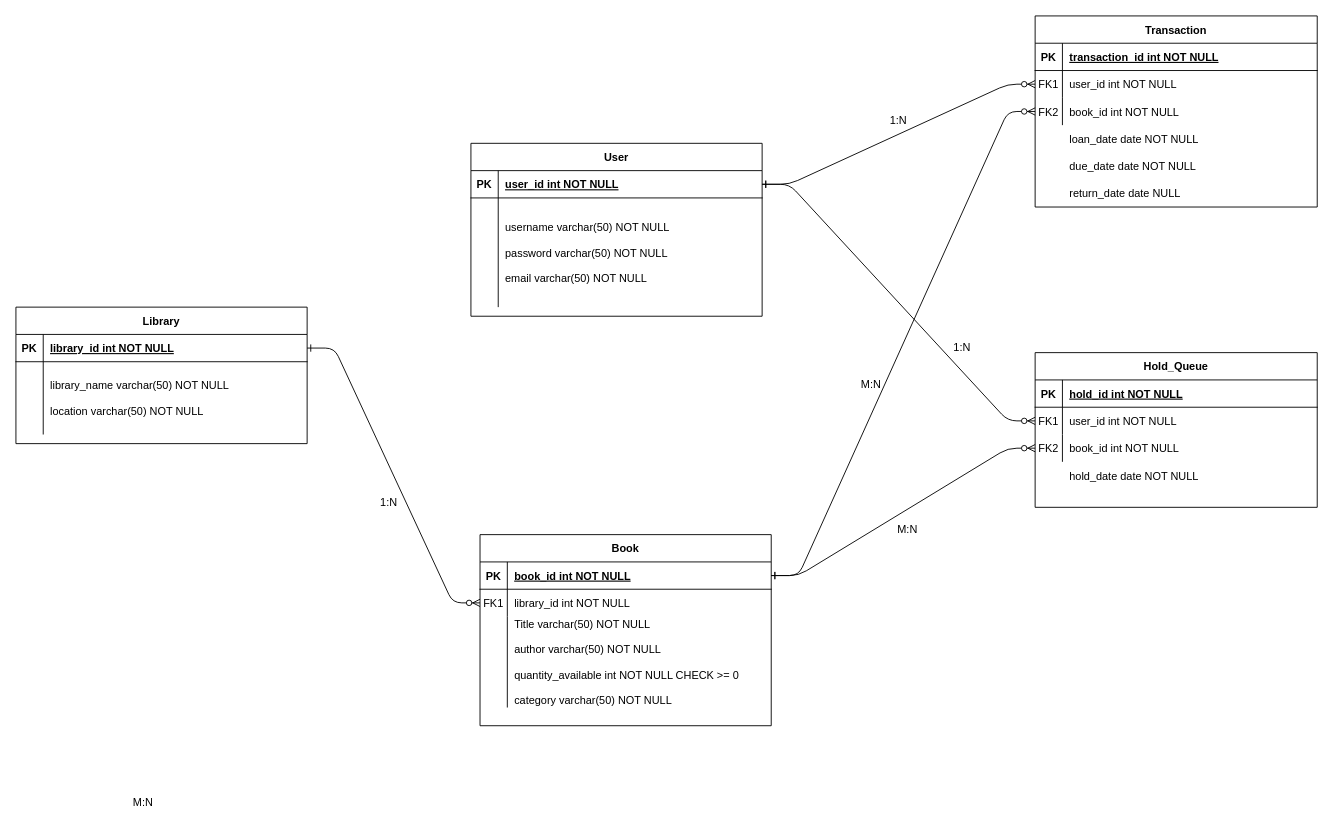
Before: Diagram Tanpa Judul.drawio in Cakurniawan/pacmann-sql, a draw.io diagram. Source tidied: cells renumbered, new cells numbered last; positions are measured from the earlier drawing's top-left corner, leaving out a move shared by most shapes. Both pictures are drawn from the tidied source at 91%, with x=0, y=0 at pixel (15, 15).
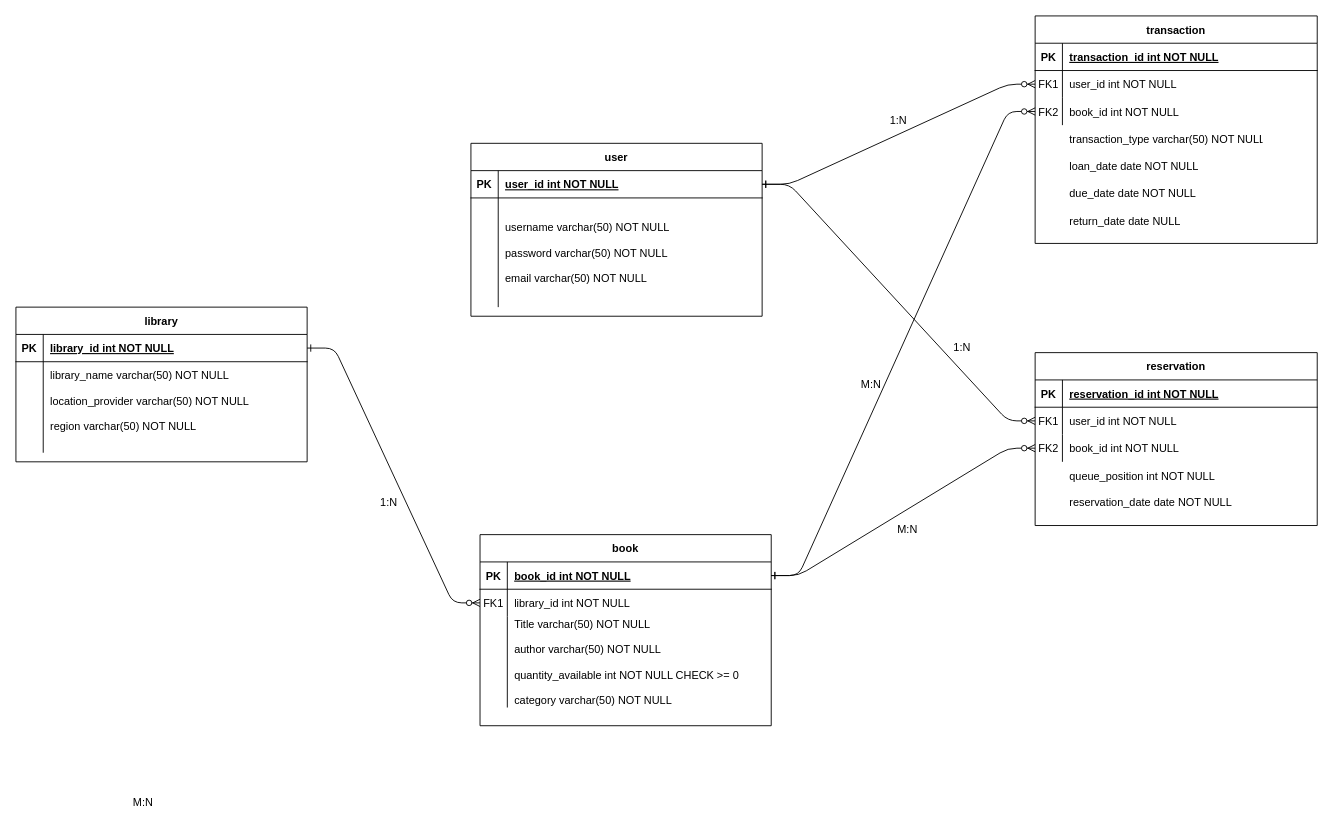
The same page after the edit.

Unchanged cells that the change refers to:
```xml
<mxCell id="30" style="shape=partialRectangle;fillColor=none;top=0;left=0;right=0;bottom=1;" parent="29" vertex="1">
  <mxGeometry y="30" width="310" height="30" as="geometry" />
</mxCell>
```

Diff of the diagram source:
```diff
@@
-    <mxCell id="2" value="Library" style="shape=table;startSize=30;childLayout=tableLayout;rowLines=0;fontStyle=1;align=center;" parent="1" vertex="1">
-      <mxGeometry y="320" width="320" height="150" as="geometry" />
+    <mxCell id="2" value="library" style="shape=table;startSize=30;childLayout=tableLayout;rowLines=0;fontStyle=1;align=center;" parent="1" vertex="1">
+      <mxGeometry y="320" width="320" height="170" as="geometry" />
     </mxCell>
@@
     <mxCell id="6" style="shape=partialRectangle;fillColor=none;top=0;left=0;right=0;bottom=0;" parent="2" vertex="1">
-      <mxGeometry y="60" width="320" height="80" as="geometry" />
+      <mxGeometry y="60" width="320" height="100" as="geometry" />
     </mxCell>
     <mxCell id="7" style="shape=partialRectangle;overflow=hidden;fillColor=none;top=0;left=0;bottom=0;right=0;" parent="6" vertex="1">
-      <mxGeometry width="30" height="80" as="geometry" />
+      <mxGeometry width="30" height="100" as="geometry" />
     </mxCell>
-    <mxCell id="8" value="library_name varchar(50) NOT NULL&#10;&#10;location varchar(50) NOT NULL" style="shape=partialRectangle;overflow=hidden;fillColor=none;top=0;left=0;bottom=0;right=0;align=left;spacingLeft=6;" parent="6" vertex="1">
-      <mxGeometry x="30" width="290" height="80" as="geometry" />
+    <mxCell id="8" value="library_name varchar(50) NOT NULL&#10;&#10;location_provider varchar(50) NOT NULL&#10;&#10;region varchar(50) NOT NULL&#10;" style="shape=partialRectangle;overflow=hidden;fillColor=none;top=0;left=0;bottom=0;right=0;align=left;spacingLeft=6;" parent="6" vertex="1">
+      <mxGeometry x="30" width="290" height="100" as="geometry" />
     </mxCell>
-    <mxCell id="9" value="User" style="shape=table;startSize=30;childLayout=tableLayout;rowLines=0;fontStyle=1;align=center;" parent="1" vertex="1">
+    <mxCell id="9" value="user" style="shape=table;startSize=30;childLayout=tableLayout;rowLines=0;fontStyle=1;align=center;" parent="1" vertex="1">
       <mxGeometry x="500" y="140" width="320" height="190" as="geometry" />
     </mxCell>
@@
-    <mxCell id="16" value="Transaction" style="shape=table;startSize=30;childLayout=tableLayout;rowLines=0;fontStyle=1;align=center;" parent="1" vertex="1">
-      <mxGeometry x="1120" width="310" height="210" as="geometry" />
+    <mxCell id="16" value="transaction" style="shape=table;startSize=30;childLayout=tableLayout;rowLines=0;fontStyle=1;align=center;" parent="1" vertex="1">
+      <mxGeometry x="1120" width="310" height="250" as="geometry" />
     </mxCell>
@@
     <mxCell id="26" value="loan_date date NOT NULL" style="shape=partialRectangle;overflow=hidden;fillColor=none;top=0;left=0;bottom=0;right=0;align=left;spacingLeft=6;" parent="1" vertex="1">
-      <mxGeometry x="1150" y="120" width="220" height="30" as="geometry" />
+      <mxGeometry x="1150" y="150" width="220" height="30" as="geometry" />
     </mxCell>
     <mxCell id="27" value="due_date date NOT NULL" style="shape=partialRectangle;overflow=hidden;fillColor=none;top=0;left=0;bottom=0;right=0;align=left;spacingLeft=6;" parent="1" vertex="1">
-      <mxGeometry x="1150" y="150" width="220" height="30" as="geometry" />
+      <mxGeometry x="1150" y="180" width="220" height="30" as="geometry" />
     </mxCell>
     <mxCell id="28" value="return_date date NULL" style="shape=partialRectangle;overflow=hidden;fillColor=none;top=0;left=0;bottom=0;right=0;align=left;spacingLeft=6;" parent="1" vertex="1">
-      <mxGeometry x="1150" y="180" width="220" height="30" as="geometry" />
+      <mxGeometry x="1150" y="210" width="220" height="30" as="geometry" />
     </mxCell>
-    <mxCell id="29" value="Hold_Queue" style="shape=table;startSize=30;childLayout=tableLayout;rowLines=0;fontStyle=1;align=center;" parent="1" vertex="1">
-      <mxGeometry x="1120" y="370" width="310" height="170" as="geometry" />
+    <mxCell id="29" value="reservation" style="shape=table;startSize=30;childLayout=tableLayout;rowLines=0;fontStyle=1;align=center;" parent="1" vertex="1">
+      <mxGeometry x="1120" y="370" width="310" height="190" as="geometry" />
     </mxCell>
@@
-    <mxCell id="32" value="hold_id int NOT NULL " style="shape=partialRectangle;overflow=hidden;fillColor=none;top=0;left=0;bottom=0;right=0;align=left;spacingLeft=6;fontStyle=5;" parent="30" vertex="1">
+    <mxCell id="32" value="reservation_id int NOT NULL " style="shape=partialRectangle;overflow=hidden;fillColor=none;top=0;left=0;bottom=0;right=0;align=left;spacingLeft=6;fontStyle=5;" parent="30" vertex="1">
       <mxGeometry x="30" width="280" height="30" as="geometry" />
     </mxCell>
@@
     <mxCell id="39" style="shape=partialRectangle;fillColor=none;top=0;left=0;right=0;bottom=0;" parent="1" vertex="1">
-      <mxGeometry x="1120" y="490" width="310" height="30" as="geometry" />
+      <mxGeometry x="1120" y="490" width="310" height="60" as="geometry" />
     </mxCell>
     <mxCell id="40" style="shape=partialRectangle;overflow=hidden;fillColor=none;top=0;left=0;bottom=0;right=0;" parent="39" vertex="1">
-      <mxGeometry width="30" height="30" as="geometry" />
+      <mxGeometry width="30" height="60" as="geometry" />
     </mxCell>
-    <mxCell id="41" value="hold_date date NOT NULL" style="shape=partialRectangle;overflow=hidden;fillColor=none;top=0;left=0;bottom=0;right=0;align=left;spacingLeft=6;" parent="39" vertex="1">
-      <mxGeometry x="30" width="280" height="30" as="geometry" />
+    <mxCell id="41" value="queue_position int NOT NULL&#10;&#10;reservation_date date NOT NULL" style="shape=partialRectangle;overflow=hidden;fillColor=none;top=0;left=0;bottom=0;right=0;align=left;spacingLeft=6;" parent="39" vertex="1">
+      <mxGeometry x="30" width="280" height="60" as="geometry" />
     </mxCell>
@@
-    <mxCell id="46" value="Book" style="shape=table;startSize=30;childLayout=tableLayout;rowLines=0;fontStyle=1;align=center;" parent="1" vertex="1">
+    <mxCell id="46" value="book" style="shape=table;startSize=30;childLayout=tableLayout;rowLines=0;fontStyle=1;align=center;" parent="1" vertex="1">
       <mxGeometry x="510" y="570" width="320" height="210" as="geometry" />
     </mxCell>
@@
+    <mxCell id="63" value="transaction_type varchar(50) NOT NULL" style="shape=partialRectangle;overflow=hidden;fillColor=none;top=0;left=0;bottom=0;right=0;align=left;spacingLeft=6;" parent="1" vertex="1">
+      <mxGeometry x="1150" y="120" width="220" height="30" as="geometry" />
+    </mxCell>
```
